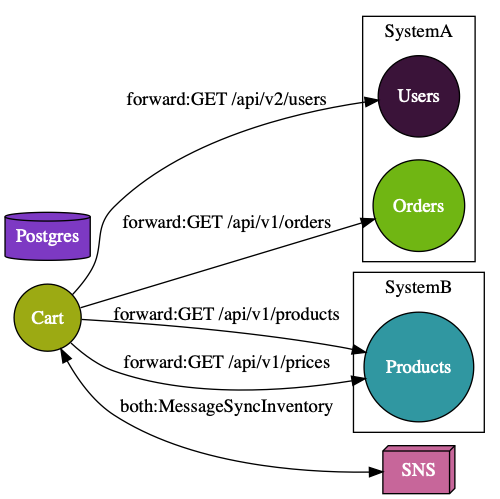
The Graphviz diagram micromap.png in alvarg93/micromap, before a commit. Its source is kept beside it as micromap.dot.
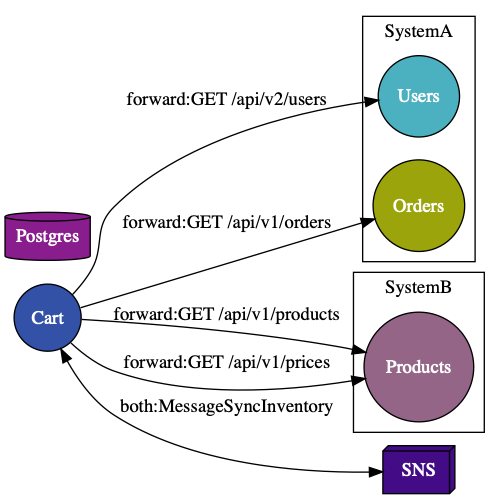
Later version of the same file.

What changed in the source:
```diff
@@ -1,11 +1,11 @@
 graph {
 rankdir=LR
-"Cart"[shape=circle,fontcolor=white,style=filled,fillcolor="#9caa13"]
-"Users"[shape=circle,fontcolor=white,style=filled,fillcolor="#3a1339"]
-"Orders"[shape=circle,fontcolor=white,style=filled,fillcolor="#70b613"]
-"Products"[shape=circle,fontcolor=white,style=filled,fillcolor="#3097a1"]
-"SNS"[shape=box3d,fontcolor=white,style=filled,fillcolor="#c7669a"]
-"Postgres"[shape=cylinder,fontcolor=white,style=filled,fillcolor="#7d39c3"]
+"Cart"[shape=circle,fontcolor=white,style=filled,fillcolor="#4a6d5a"]
+"Users"[shape=circle,fontcolor=white,style=filled,fillcolor="#a66440"]
+"Orders"[shape=circle,fontcolor=white,style=filled,fillcolor="#2d8c9e"]
+"Products"[shape=circle,fontcolor=white,style=filled,fillcolor="#a55d3e"]
+"SNS"[shape=box3d,fontcolor=white,style=filled,fillcolor="#19c184"]
+"Postgres"[shape=cylinder,fontcolor=white,style=filled,fillcolor="#6f4c56"]
 "Cart" -- "Products"[dir=forward,label="forward:GET /api/v1/products",weight="1"];
 "Cart" -- "Products"[dir=forward,label="forward:GET /api/v1/prices",weight="1"];
 "Cart" -- "Users"[dir=forward,label="forward:GET /api/v2/users",weight="1"];
```
